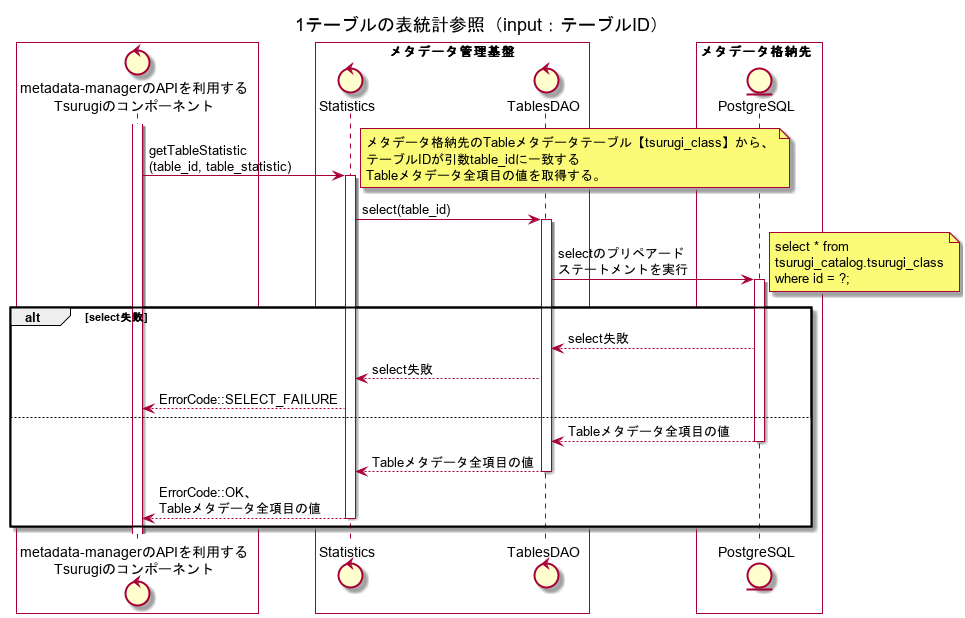
Earlier version of the PlantUML export metadata-manager/docs/statistic/02.FD/out/uml/SequenceDiagram_detail/1テーブルの表統計参照（input：テーブルID）.png (project-tsurugi/metadata-manager). The source it was exported from:
```plantuml
@startuml
title 1テーブルの表統計参照（input：テーブルID）

box #White
control "metadata-managerのAPIを利用する\nTsurugiのコンポーネント" as ogawayama
end box
box "メタデータ管理基盤" #White
control "Statistics" as Statistics
control "TablesDAO" as TablesDAO
end box
box メタデータ格納先  #White
entity "PostgreSQL" as metadata_storage
end box

activate ogawayama
ogawayama -> Statistics : getTableStatistic\n(table_id, table_statistic)
activate Statistics
note right
メタデータ格納先のTableメタデータテーブル【tsurugi_class】から、
テーブルIDが引数table_idに一致する
Tableメタデータ全項目の値を取得する。
end note
Statistics -> TablesDAO : select(table_id)
activate TablesDAO
TablesDAO -> metadata_storage : selectのプリペアード\nステートメントを実行
note right
select * from
tsurugi_catalog.tsurugi_class
where id = ?;
end note
activate metadata_storage
alt select失敗
TablesDAO <-- metadata_storage : select失敗
Statistics <-- TablesDAO : select失敗
ogawayama <-- Statistics : ErrorCode::SELECT_FAILURE
else
TablesDAO <-- metadata_storage : Tableメタデータ全項目の値
deactivate metadata_storage
Statistics <-- TablesDAO : Tableメタデータ全項目の値
deactivate TablesDAO
ogawayama <-- Statistics : ErrorCode::OK、\nTableメタデータ全項目の値
deactivate Statistics
end
@enduml
```
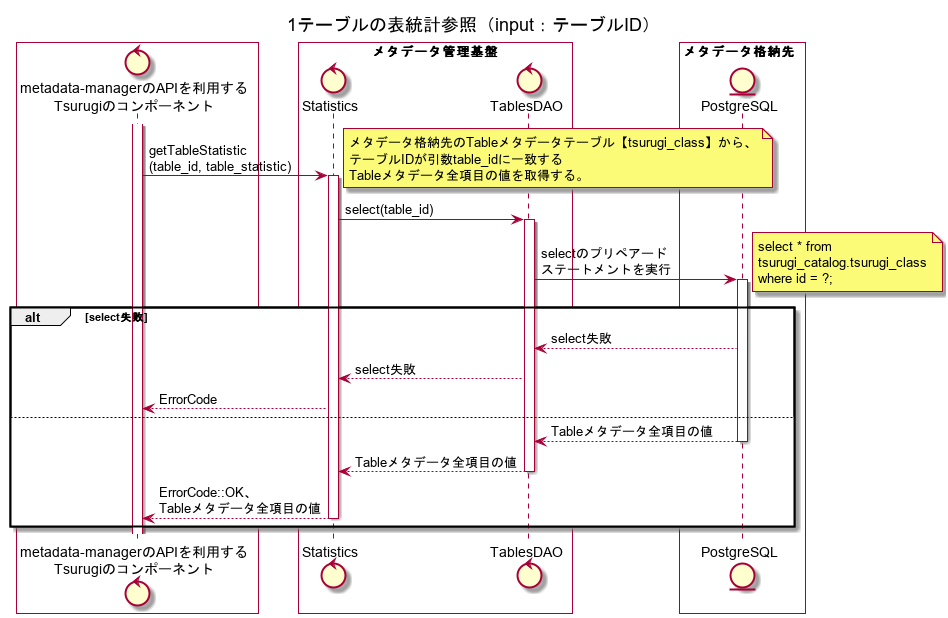
After the commit.

Change to the diagram source:
```diff
@@ -32,7 +32,7 @@
 alt select失敗
 TablesDAO <-- metadata_storage : select失敗
 Statistics <-- TablesDAO : select失敗
-ogawayama <-- Statistics : ErrorCode::SELECT_FAILURE
+ogawayama <-- Statistics : ErrorCode
 else
 TablesDAO <-- metadata_storage : Tableメタデータ全項目の値
 deactivate metadata_storage
```
